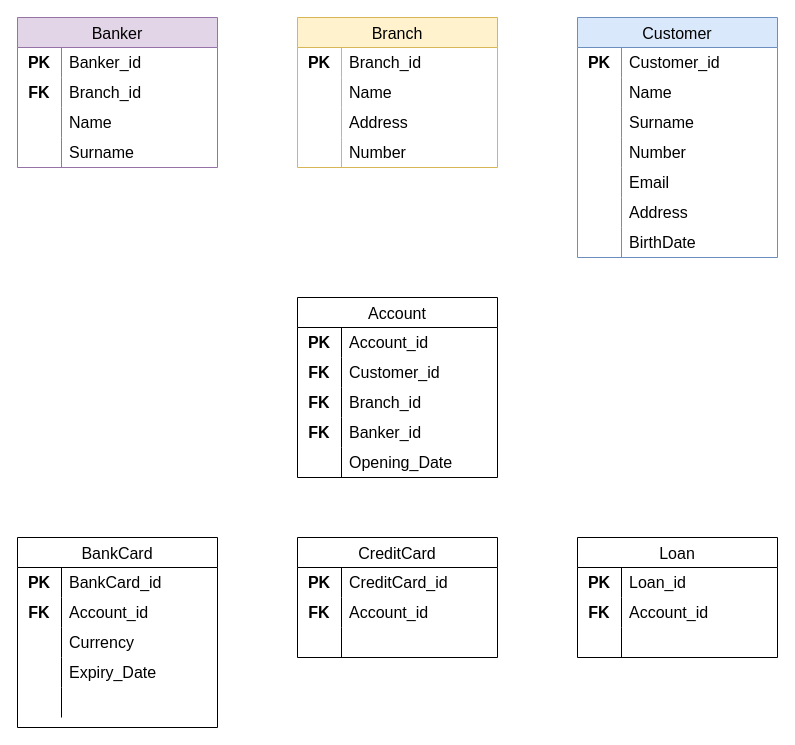
This is Pair1_BankaER.drawio from bnsuoztrk/Deneme, a draw.io file, before an edit. Source tidied: cells renumbered, new cells numbered last; positions are measured from the earlier drawing's top-left corner, leaving out a move shared by most shapes. Both pictures are drawn from the tidied source at 100%, with x=0, y=0 at pixel (17, 17).
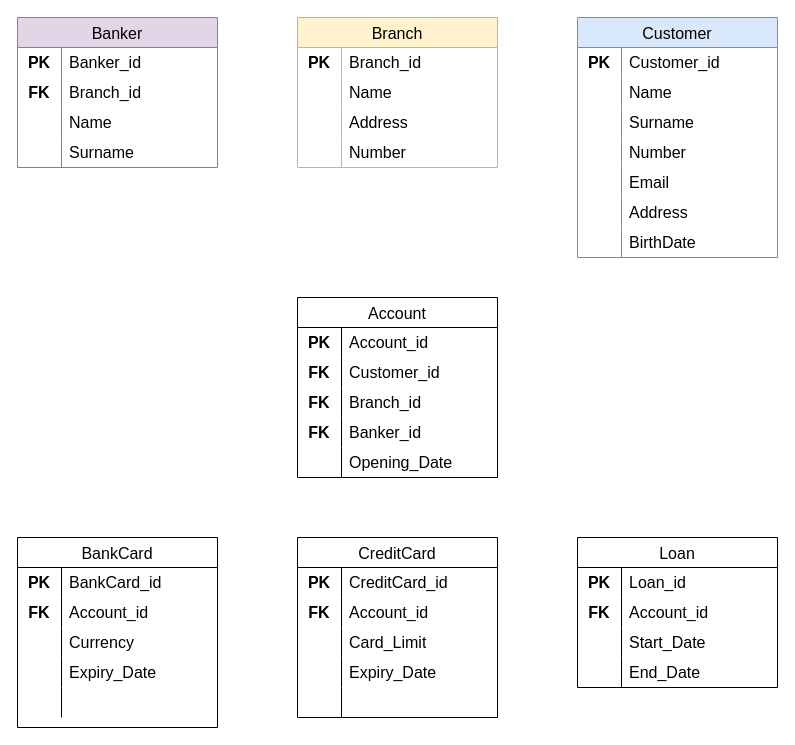
The same diagram, later.

The change refers to these unchanged cells:
```xml
<mxCell id="47" style="shape=tableRow;horizontal=0;startSize=0;swimlaneHead=0;swimlaneBody=0;top=0;left=0;bottom=0;right=0;fillColor=none;strokeColor=inherit;fontSize=16;" parent="40" vertex="1">
  <mxGeometry y="90" width="200" height="30" as="geometry" />
</mxCell>
<mxCell id="86" style="shape=tableRow;horizontal=0;startSize=0;swimlaneHead=0;swimlaneBody=0;top=0;left=0;bottom=0;right=0;fillColor=none;strokeColor=inherit;fontSize=16;" parent="79" vertex="1">
  <mxGeometry y="90" width="200" height="30" as="geometry" />
</mxCell>
```

Change to the diagram source:
```diff
@@
     <mxCell id="40" value="CreditCard" style="shape=table;startSize=30;childLayout=tableLayout;rowLines=0;fontStyle=0;strokeColor=default;fontSize=16;" parent="1" vertex="1">
-      <mxGeometry x="280" y="520" width="200" height="120" as="geometry" />
+      <mxGeometry x="280" y="520" width="200" height="180" as="geometry" />
     </mxCell>
@@
-    <mxCell id="49" style="shape=partialRectangle;html=1;whiteSpace=wrap;fillColor=none;top=0;left=0;bottom=0;right=0;align=left;spacingLeft=6;overflow=hidden;strokeColor=inherit;fontSize=16;" parent="47" vertex="1">
+    <mxCell id="49" value="Card_Limit" style="shape=partialRectangle;html=1;whiteSpace=wrap;fillColor=none;top=0;left=0;bottom=0;right=0;align=left;spacingLeft=6;overflow=hidden;strokeColor=inherit;fontSize=16;" parent="47" vertex="1">
       <mxGeometry x="44" width="156" height="30" as="geometry" />
     </mxCell>
+    <mxCell id="102" style="shape=tableRow;horizontal=0;startSize=0;swimlaneHead=0;swimlaneBody=0;top=0;left=0;bottom=0;right=0;fillColor=none;strokeColor=inherit;fontSize=16;" parent="40" vertex="1">
+      <mxGeometry y="120" width="200" height="30" as="geometry" />
+    </mxCell>
+    <mxCell id="103" style="shape=partialRectangle;html=1;whiteSpace=wrap;fillColor=none;top=0;left=0;bottom=0;right=0;overflow=hidden;strokeColor=inherit;fontSize=16;" parent="102" vertex="1">
+      <mxGeometry width="44" height="30" as="geometry" />
+    </mxCell>
+    <mxCell id="104" value="Expiry_Date" style="shape=partialRectangle;html=1;whiteSpace=wrap;fillColor=none;top=0;left=0;bottom=0;right=0;align=left;spacingLeft=6;overflow=hidden;strokeColor=inherit;fontSize=16;" parent="102" vertex="1">
+      <mxGeometry x="44" width="156" height="30" as="geometry" />
+    </mxCell>
+    <mxCell id="105" style="shape=tableRow;horizontal=0;startSize=0;swimlaneHead=0;swimlaneBody=0;top=0;left=0;bottom=0;right=0;fillColor=none;strokeColor=inherit;fontSize=16;" parent="40" vertex="1">
+      <mxGeometry y="150" width="200" height="30" as="geometry" />
+    </mxCell>
+    <mxCell id="106" style="shape=partialRectangle;html=1;whiteSpace=wrap;fillColor=none;top=0;left=0;bottom=0;right=0;overflow=hidden;strokeColor=inherit;fontSize=16;" parent="105" vertex="1">
+      <mxGeometry width="44" height="30" as="geometry" />
+    </mxCell>
+    <mxCell id="107" style="shape=partialRectangle;html=1;whiteSpace=wrap;fillColor=none;top=0;left=0;bottom=0;right=0;align=left;spacingLeft=6;overflow=hidden;strokeColor=inherit;fontSize=16;" parent="105" vertex="1">
+      <mxGeometry x="44" width="156" height="30" as="geometry" />
+    </mxCell>
@@
     <mxCell id="79" value="Loan" style="shape=table;startSize=30;childLayout=tableLayout;rowLines=0;fontStyle=0;strokeColor=default;fontSize=16;" parent="1" vertex="1">
-      <mxGeometry x="560" y="520" width="200" height="120" as="geometry" />
+      <mxGeometry x="560" y="520" width="200" height="150" as="geometry" />
     </mxCell>
@@
-    <mxCell id="88" style="shape=partialRectangle;html=1;whiteSpace=wrap;fillColor=none;top=0;left=0;bottom=0;right=0;align=left;spacingLeft=6;overflow=hidden;strokeColor=inherit;fontSize=16;" parent="86" vertex="1">
+    <mxCell id="88" value="Start_Date" style="shape=partialRectangle;html=1;whiteSpace=wrap;fillColor=none;top=0;left=0;bottom=0;right=0;align=left;spacingLeft=6;overflow=hidden;strokeColor=inherit;fontSize=16;" parent="86" vertex="1">
       <mxGeometry x="44" width="156" height="30" as="geometry" />
     </mxCell>
+    <mxCell id="108" style="shape=tableRow;horizontal=0;startSize=0;swimlaneHead=0;swimlaneBody=0;top=0;left=0;bottom=0;right=0;fillColor=none;strokeColor=inherit;fontSize=16;" parent="79" vertex="1">
+      <mxGeometry y="120" width="200" height="30" as="geometry" />
+    </mxCell>
+    <mxCell id="109" style="shape=partialRectangle;html=1;whiteSpace=wrap;fillColor=none;top=0;left=0;bottom=0;right=0;overflow=hidden;strokeColor=inherit;fontSize=16;" parent="108" vertex="1">
+      <mxGeometry width="44" height="30" as="geometry" />
+    </mxCell>
+    <mxCell id="110" value="End_Date" style="shape=partialRectangle;html=1;whiteSpace=wrap;fillColor=none;top=0;left=0;bottom=0;right=0;align=left;spacingLeft=6;overflow=hidden;strokeColor=inherit;fontSize=16;" parent="108" vertex="1">
+      <mxGeometry x="44" width="156" height="30" as="geometry" />
+    </mxCell>
```
